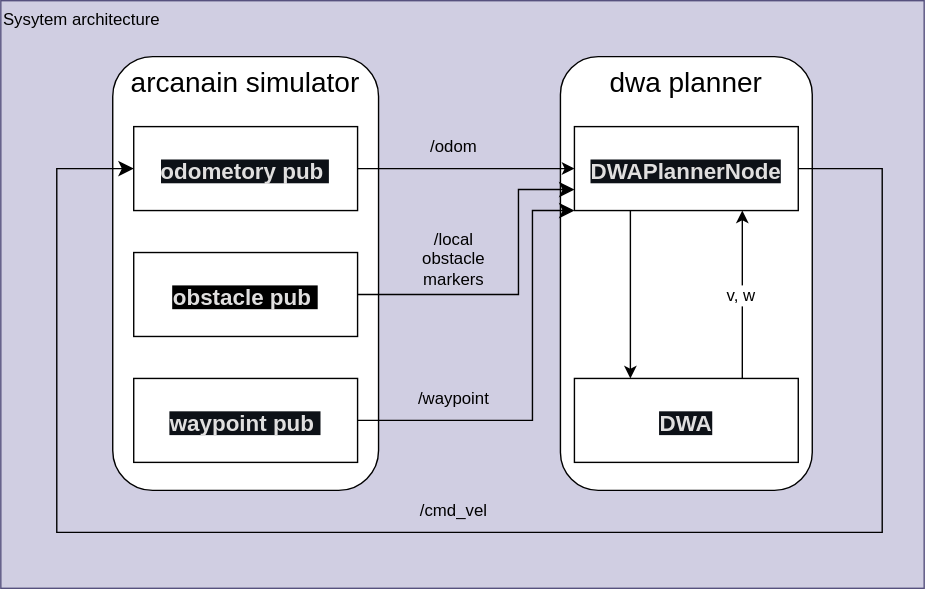
Above: images/system_architecture.svg in Arcanain/dwa_planner (draw.io), before the change. Source tidied: cells renumbered, new cells last; positions are measured from the earlier drawing's top-left corner, leaving out a move shared by most shapes. Source of this version:
```xml
<mxGraphModel>
  <root>
    <mxCell id="0" />
    <mxCell id="1" parent="0" />
    <mxCell id="2" value="&lt;font color=&quot;#000000&quot;&gt;Sysytem architecture&lt;/font&gt;" style="rounded=0;whiteSpace=wrap;html=1;fontSize=12;verticalAlign=top;align=left;labelBackgroundColor=none;fillColor=#d0cee2;strokeColor=#56517e;" parent="1" vertex="1">
      <mxGeometry width="660" height="420" as="geometry" />
    </mxCell>
    <mxCell id="3" value="&lt;span style=&quot;font-size: 20px;&quot;&gt;arcanain simulator&lt;/span&gt;" style="rounded=1;whiteSpace=wrap;html=1;align=center;verticalAlign=top;labelBackgroundColor=default;" parent="1" vertex="1">
      <mxGeometry x="80" y="40" width="190" height="310" as="geometry" />
    </mxCell>
    <mxCell id="4" value="&lt;span style=&quot;font-size: 20px;&quot;&gt;dwa planner&lt;/span&gt;" style="rounded=1;whiteSpace=wrap;html=1;align=center;verticalAlign=top;labelBackgroundColor=default;" parent="1" vertex="1">
      <mxGeometry x="400" y="40" width="180" height="310" as="geometry" />
    </mxCell>
    <mxCell id="5" style="edgeStyle=none;html=1;exitX=0.25;exitY=1;exitDx=0;exitDy=0;fontSize=20;entryX=0.25;entryY=0;entryDx=0;entryDy=0;" parent="1" edge="1" source="6" target="7">
      <mxGeometry relative="1" as="geometry" />
    </mxCell>
    <mxCell id="6" value="&lt;span style=&quot;color: rgb(224, 223, 223); font-family: &amp;quot;trebuchet ms&amp;quot;, verdana, arial, sans-serif; font-size: 16px; font-weight: 700; text-align: start; background-color: rgb(13, 17, 23);&quot;&gt;DWAPlannerNode&lt;/span&gt;" style="rounded=0;whiteSpace=wrap;html=1;fontSize=20;" parent="1" vertex="1">
      <mxGeometry x="410" y="90" width="160" height="60" as="geometry" />
    </mxCell>
    <mxCell id="7" value="&lt;div style=&quot;text-align: start;&quot;&gt;&lt;font face=&quot;trebuchet ms, verdana, arial, sans-serif&quot; color=&quot;#e0dfdf&quot;&gt;&lt;span style=&quot;font-size: 16px; background-color: rgb(13, 17, 23);&quot;&gt;&lt;b&gt;DWA&lt;/b&gt;&lt;/span&gt;&lt;/font&gt;&lt;/div&gt;" style="rounded=0;whiteSpace=wrap;html=1;fontSize=20;" parent="1" vertex="1">
      <mxGeometry x="410" y="270" width="160" height="60" as="geometry" />
    </mxCell>
    <mxCell id="8" style="edgeStyle=none;html=1;fontSize=20;entryX=0.75;entryY=1;entryDx=0;entryDy=0;exitX=0.75;exitY=0;exitDx=0;exitDy=0;" parent="1" edge="1" source="7" target="6">
      <mxGeometry relative="1" as="geometry" />
    </mxCell>
    <mxCell id="9" value="v, w" style="edgeLabel;html=1;align=center;verticalAlign=middle;fontSize=12;" parent="8" vertex="1">
      <mxGeometry x="-0.17" y="2" relative="1" as="geometry">
        <mxPoint y="-10" as="offset" />
      </mxGeometry>
    </mxCell>
    <mxCell id="10" value="&lt;div style=&quot;text-align: start;&quot;&gt;&lt;font face=&quot;trebuchet ms, verdana, arial, sans-serif&quot; color=&quot;#e0dfdf&quot;&gt;&lt;span style=&quot;font-size: 16px; background-color: rgb(13, 17, 23);&quot;&gt;&lt;b&gt;odometory pub&amp;nbsp;&lt;/b&gt;&lt;/span&gt;&lt;/font&gt;&lt;/div&gt;" style="rounded=0;whiteSpace=wrap;html=1;fontSize=20;" parent="1" vertex="1">
      <mxGeometry x="95" y="90" width="160" height="60" as="geometry" />
    </mxCell>
    <mxCell id="11" value="&lt;div style=&quot;text-align: start;&quot;&gt;&lt;font face=&quot;trebuchet ms, verdana, arial, sans-serif&quot; color=&quot;#e0dfdf&quot;&gt;&lt;span style=&quot;font-size: 16px; background-color: rgb(0, 0, 0);&quot;&gt;&lt;b style=&quot;&quot;&gt;obstacle pub&amp;nbsp;&lt;/b&gt;&lt;/span&gt;&lt;/font&gt;&lt;/div&gt;" style="rounded=0;whiteSpace=wrap;html=1;fontSize=20;" parent="1" vertex="1">
      <mxGeometry x="95" y="180" width="160" height="60" as="geometry" />
    </mxCell>
    <mxCell id="12" value="&lt;div style=&quot;text-align: start;&quot;&gt;&lt;font face=&quot;trebuchet ms, verdana, arial, sans-serif&quot; color=&quot;#e0dfdf&quot;&gt;&lt;span style=&quot;font-size: 16px; background-color: rgb(13, 17, 23);&quot;&gt;&lt;b&gt;waypoint pub&amp;nbsp;&lt;/b&gt;&lt;/span&gt;&lt;/font&gt;&lt;/div&gt;" style="rounded=0;whiteSpace=wrap;html=1;fontSize=20;" parent="1" vertex="1">
      <mxGeometry x="95" y="270" width="160" height="60" as="geometry" />
    </mxCell>
    <mxCell id="13" style="endArrow=classic;html=1;fontSize=12;exitX=1;exitY=0.5;exitDx=0;exitDy=0;entryX=0;entryY=0.5;entryDx=0;entryDy=0;" parent="1" edge="1" source="10" target="6">
      <mxGeometry relative="1" as="geometry" />
    </mxCell>
    <mxCell id="14" style="edgeStyle=elbowEdgeStyle;elbow=horizontal;endArrow=classic;html=1;curved=0;rounded=0;endSize=8;startSize=8;fontSize=20;exitX=1;exitY=0.5;exitDx=0;exitDy=0;entryX=0;entryY=0.75;entryDx=0;entryDy=0;" parent="1" edge="1" source="11" target="6">
      <mxGeometry relative="1" as="geometry">
        <Array as="points">
          <mxPoint x="370" y="180" />
        </Array>
      </mxGeometry>
    </mxCell>
    <mxCell id="15" style="edgeStyle=elbowEdgeStyle;elbow=horizontal;endArrow=classic;html=1;curved=0;rounded=0;endSize=8;startSize=8;fontSize=20;exitX=1;exitY=0.5;exitDx=0;exitDy=0;entryX=0;entryY=1;entryDx=0;entryDy=0;" parent="1" edge="1" source="12" target="6">
      <mxGeometry relative="1" as="geometry">
        <Array as="points">
          <mxPoint x="380" y="190" />
        </Array>
      </mxGeometry>
    </mxCell>
    <mxCell id="16" value="/local obstacle&lt;br style=&quot;font-size: 12px;&quot;&gt;markers" style="text;html=1;strokeColor=none;fillColor=none;align=center;verticalAlign=middle;whiteSpace=wrap;rounded=0;fontSize=12;fontColor=#000000;" parent="1" vertex="1">
      <mxGeometry x="294" y="170" width="60" height="30" as="geometry" />
    </mxCell>
    <mxCell id="17" value="/waypoint" style="text;html=1;strokeColor=none;fillColor=none;align=center;verticalAlign=middle;whiteSpace=wrap;rounded=0;fontSize=12;fontColor=#000000;" parent="1" vertex="1">
      <mxGeometry x="294" y="270" width="60" height="30" as="geometry" />
    </mxCell>
    <mxCell id="18" style="edgeStyle=segmentEdgeStyle;endArrow=classic;html=1;curved=0;rounded=0;endSize=8;startSize=8;fontSize=12;exitX=1;exitY=0.5;exitDx=0;exitDy=0;entryX=0;entryY=0.5;entryDx=0;entryDy=0;" parent="1" edge="1" source="6" target="10">
      <mxGeometry relative="1" as="geometry">
        <Array as="points">
          <mxPoint x="630" y="120" />
          <mxPoint x="630" y="380" />
          <mxPoint x="40" y="380" />
          <mxPoint x="40" y="120" />
        </Array>
      </mxGeometry>
    </mxCell>
    <mxCell id="19" value="/cmd_vel" style="text;html=1;strokeColor=none;fillColor=none;align=center;verticalAlign=middle;whiteSpace=wrap;rounded=0;fontSize=12;fontColor=#000000;" parent="1" vertex="1">
      <mxGeometry x="294" y="350" width="60" height="30" as="geometry" />
    </mxCell>
    <mxCell id="20" value="/odom" style="text;html=1;strokeColor=none;fillColor=none;align=center;verticalAlign=middle;whiteSpace=wrap;rounded=0;fontSize=12;fontColor=#000000;" parent="1" vertex="1">
      <mxGeometry x="294" y="90" width="60" height="30" as="geometry" />
    </mxCell>
  </root>
</mxGraphModel>
```
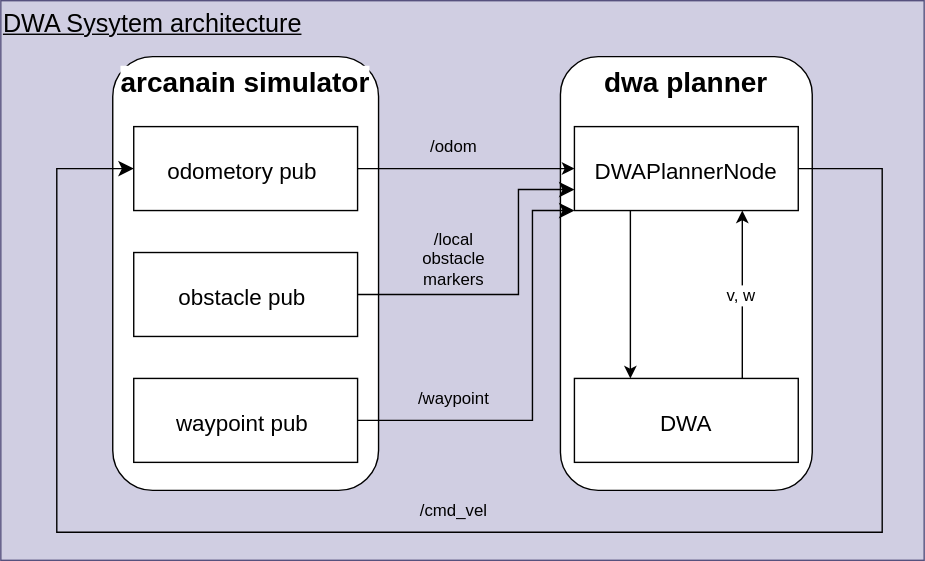
Later version of the same file.

Commit message:
[add]system_architecture

Diff of the diagram source:
```diff
@@ -2,22 +2,22 @@
   <root>
     <mxCell id="0" />
     <mxCell id="1" parent="0" />
-    <mxCell id="2" value="&lt;font color=&quot;#000000&quot;&gt;Sysytem architecture&lt;/font&gt;" style="rounded=0;whiteSpace=wrap;html=1;fontSize=12;verticalAlign=top;align=left;labelBackgroundColor=none;fillColor=#d0cee2;strokeColor=#56517e;" parent="1" vertex="1">
-      <mxGeometry width="660" height="420" as="geometry" />
+    <mxCell id="2" value="&lt;font style=&quot;font-size: 18px;&quot; color=&quot;#000000&quot;&gt;&lt;u&gt;DWA Sysytem architecture&lt;/u&gt;&lt;/font&gt;" style="rounded=0;whiteSpace=wrap;html=1;fontSize=12;verticalAlign=top;align=left;labelBackgroundColor=none;fillColor=#d0cee2;strokeColor=#56517e;" parent="1" vertex="1">
+      <mxGeometry width="660" height="400" as="geometry" />
     </mxCell>
-    <mxCell id="3" value="&lt;span style=&quot;font-size: 20px;&quot;&gt;arcanain simulator&lt;/span&gt;" style="rounded=1;whiteSpace=wrap;html=1;align=center;verticalAlign=top;labelBackgroundColor=default;" parent="1" vertex="1">
+    <mxCell id="3" value="&lt;span style=&quot;font-size: 20px;&quot;&gt;&lt;b&gt;arcanain simulator&lt;/b&gt;&lt;/span&gt;" style="rounded=1;whiteSpace=wrap;html=1;align=center;verticalAlign=top;labelBackgroundColor=default;" parent="1" vertex="1">
       <mxGeometry x="80" y="40" width="190" height="310" as="geometry" />
     </mxCell>
-    <mxCell id="4" value="&lt;span style=&quot;font-size: 20px;&quot;&gt;dwa planner&lt;/span&gt;" style="rounded=1;whiteSpace=wrap;html=1;align=center;verticalAlign=top;labelBackgroundColor=default;" parent="1" vertex="1">
+    <mxCell id="4" value="&lt;span style=&quot;font-size: 20px;&quot;&gt;&lt;b&gt;dwa planner&lt;/b&gt;&lt;/span&gt;" style="rounded=1;whiteSpace=wrap;html=1;align=center;verticalAlign=top;labelBackgroundColor=default;" parent="1" vertex="1">
       <mxGeometry x="400" y="40" width="180" height="310" as="geometry" />
     </mxCell>
     <mxCell id="5" style="edgeStyle=none;html=1;exitX=0.25;exitY=1;exitDx=0;exitDy=0;fontSize=20;entryX=0.25;entryY=0;entryDx=0;entryDy=0;" parent="1" edge="1" source="6" target="7">
       <mxGeometry relative="1" as="geometry" />
     </mxCell>
-    <mxCell id="6" value="&lt;span style=&quot;color: rgb(224, 223, 223); font-family: &amp;quot;trebuchet ms&amp;quot;, verdana, arial, sans-serif; font-size: 16px; font-weight: 700; text-align: start; background-color: rgb(13, 17, 23);&quot;&gt;DWAPlannerNode&lt;/span&gt;" style="rounded=0;whiteSpace=wrap;html=1;fontSize=20;" parent="1" vertex="1">
+    <mxCell id="6" value="&lt;span style=&quot;font-family: &amp;quot;trebuchet ms&amp;quot;, verdana, arial, sans-serif; font-size: 16px; text-align: start;&quot;&gt;DWAPlannerNode&lt;/span&gt;" style="rounded=0;whiteSpace=wrap;html=1;fontSize=20;" parent="1" vertex="1">
       <mxGeometry x="410" y="90" width="160" height="60" as="geometry" />
     </mxCell>
-    <mxCell id="7" value="&lt;div style=&quot;text-align: start;&quot;&gt;&lt;font face=&quot;trebuchet ms, verdana, arial, sans-serif&quot; color=&quot;#e0dfdf&quot;&gt;&lt;span style=&quot;font-size: 16px; background-color: rgb(13, 17, 23);&quot;&gt;&lt;b&gt;DWA&lt;/b&gt;&lt;/span&gt;&lt;/font&gt;&lt;/div&gt;" style="rounded=0;whiteSpace=wrap;html=1;fontSize=20;" parent="1" vertex="1">
+    <mxCell id="7" value="&lt;div style=&quot;text-align: start;&quot;&gt;&lt;font face=&quot;trebuchet ms, verdana, arial, sans-serif&quot;&gt;&lt;span style=&quot;font-size: 16px;&quot;&gt;DWA&lt;/span&gt;&lt;/font&gt;&lt;/div&gt;" style="rounded=0;whiteSpace=wrap;html=1;fontSize=20;" parent="1" vertex="1">
       <mxGeometry x="410" y="270" width="160" height="60" as="geometry" />
     </mxCell>
     <mxCell id="8" style="edgeStyle=none;html=1;fontSize=20;entryX=0.75;entryY=1;entryDx=0;entryDy=0;exitX=0.75;exitY=0;exitDx=0;exitDy=0;" parent="1" edge="1" source="7" target="6">
@@ -28,13 +28,13 @@
         <mxPoint y="-10" as="offset" />
       </mxGeometry>
     </mxCell>
-    <mxCell id="10" value="&lt;div style=&quot;text-align: start;&quot;&gt;&lt;font face=&quot;trebuchet ms, verdana, arial, sans-serif&quot; color=&quot;#e0dfdf&quot;&gt;&lt;span style=&quot;font-size: 16px; background-color: rgb(13, 17, 23);&quot;&gt;&lt;b&gt;odometory pub&amp;nbsp;&lt;/b&gt;&lt;/span&gt;&lt;/font&gt;&lt;/div&gt;" style="rounded=0;whiteSpace=wrap;html=1;fontSize=20;" parent="1" vertex="1">
+    <mxCell id="10" value="&lt;div style=&quot;text-align: start;&quot;&gt;&lt;font face=&quot;trebuchet ms, verdana, arial, sans-serif&quot;&gt;&lt;span style=&quot;font-size: 16px;&quot;&gt;odometory pub&amp;nbsp;&lt;/span&gt;&lt;/font&gt;&lt;/div&gt;" style="rounded=0;whiteSpace=wrap;html=1;fontSize=20;" parent="1" vertex="1">
       <mxGeometry x="95" y="90" width="160" height="60" as="geometry" />
     </mxCell>
-    <mxCell id="11" value="&lt;div style=&quot;text-align: start;&quot;&gt;&lt;font face=&quot;trebuchet ms, verdana, arial, sans-serif&quot; color=&quot;#e0dfdf&quot;&gt;&lt;span style=&quot;font-size: 16px; background-color: rgb(0, 0, 0);&quot;&gt;&lt;b style=&quot;&quot;&gt;obstacle pub&amp;nbsp;&lt;/b&gt;&lt;/span&gt;&lt;/font&gt;&lt;/div&gt;" style="rounded=0;whiteSpace=wrap;html=1;fontSize=20;" parent="1" vertex="1">
+    <mxCell id="11" value="&lt;div style=&quot;text-align: start;&quot;&gt;&lt;font face=&quot;trebuchet ms, verdana, arial, sans-serif&quot;&gt;&lt;span style=&quot;font-size: 16px;&quot;&gt;obstacle pub&amp;nbsp;&lt;/span&gt;&lt;/font&gt;&lt;/div&gt;" style="rounded=0;whiteSpace=wrap;html=1;fontSize=20;" parent="1" vertex="1">
       <mxGeometry x="95" y="180" width="160" height="60" as="geometry" />
     </mxCell>
-    <mxCell id="12" value="&lt;div style=&quot;text-align: start;&quot;&gt;&lt;font face=&quot;trebuchet ms, verdana, arial, sans-serif&quot; color=&quot;#e0dfdf&quot;&gt;&lt;span style=&quot;font-size: 16px; background-color: rgb(13, 17, 23);&quot;&gt;&lt;b&gt;waypoint pub&amp;nbsp;&lt;/b&gt;&lt;/span&gt;&lt;/font&gt;&lt;/div&gt;" style="rounded=0;whiteSpace=wrap;html=1;fontSize=20;" parent="1" vertex="1">
+    <mxCell id="12" value="&lt;div style=&quot;text-align: start;&quot;&gt;&lt;font face=&quot;trebuchet ms, verdana, arial, sans-serif&quot;&gt;&lt;span style=&quot;font-size: 16px;&quot;&gt;waypoint pub&amp;nbsp;&lt;/span&gt;&lt;/font&gt;&lt;/div&gt;" style="rounded=0;whiteSpace=wrap;html=1;fontSize=20;" parent="1" vertex="1">
       <mxGeometry x="95" y="270" width="160" height="60" as="geometry" />
     </mxCell>
     <mxCell id="13" style="endArrow=classic;html=1;fontSize=12;exitX=1;exitY=0.5;exitDx=0;exitDy=0;entryX=0;entryY=0.5;entryDx=0;entryDy=0;" parent="1" edge="1" source="10" target="6">
```
